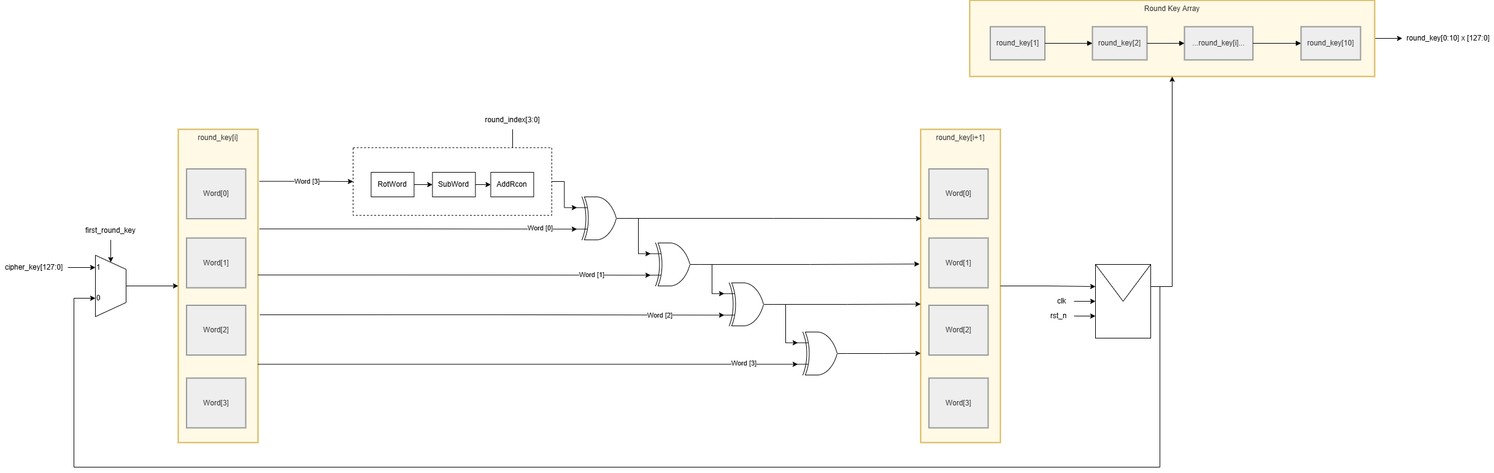
This is media/AESKeyExpansionLowDes.png from LQLManZz/AES128-Verilog, a draw.io export, as it was before one commit. Source tidied: cells renumbered, new cells last; positions are measured from the earlier drawing's top-left corner, leaving out a move shared by most shapes.
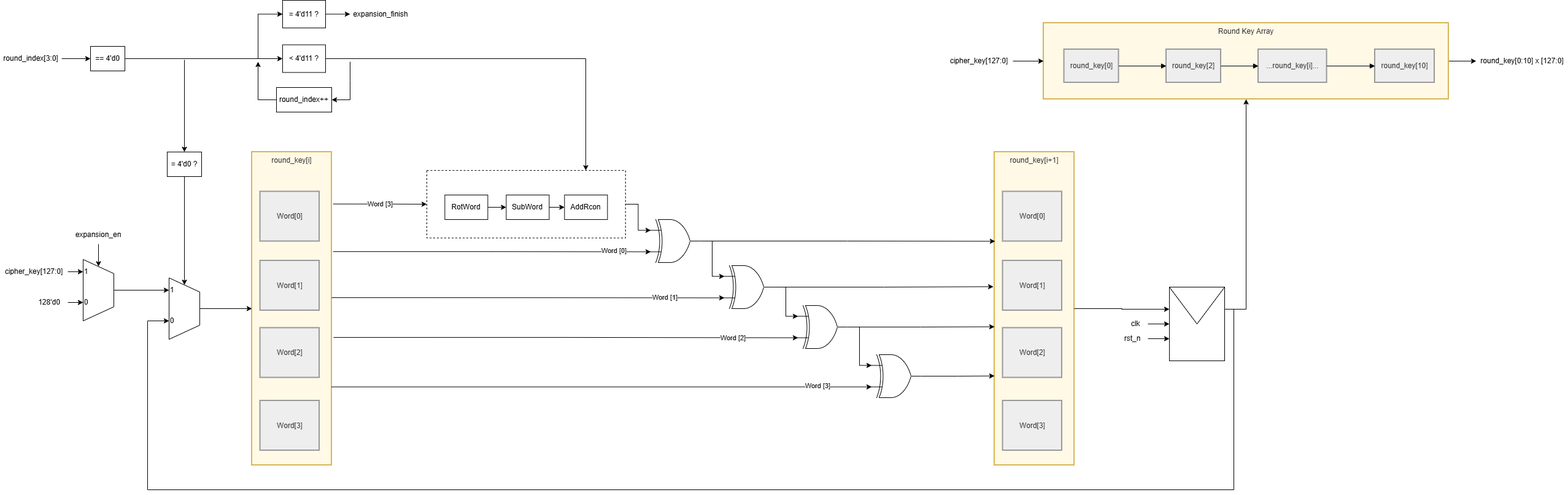
Above is the later version.

The edit, as a diff of the source:
```diff
@@ -8,7 +8,7 @@
     <mxCell id="3" value="Round Key Array" style="whiteSpace=wrap;strokeWidth=2;verticalAlign=top;fillColor=#fff9e6;strokeColor=#d6b656;fontColor=light-dark(#333333,#cccccc);" parent="1" vertex="1">
       <mxGeometry x="1580" width="660" height="124" as="geometry" />
     </mxCell>
-    <mxCell id="4" value="round_key[1]" style="whiteSpace=wrap;strokeWidth=2;fillColor=light-dark(#eeeeee,#1f2020);strokeColor=light-dark(#999999,#cccccc);fontColor=light-dark(#333333,#cccccc);" parent="3" vertex="1">
+    <mxCell id="4" value="round_key[0]" style="whiteSpace=wrap;strokeWidth=2;fillColor=light-dark(#eeeeee,#1f2020);strokeColor=light-dark(#999999,#cccccc);fontColor=light-dark(#333333,#cccccc);" parent="3" vertex="1">
       <mxGeometry x="33.5" y="43" width="89" height="54" as="geometry" />
     </mxCell>
     <mxCell id="5" value="round_key[2]" style="whiteSpace=wrap;strokeWidth=2;fillColor=light-dark(#eeeeee,#1f2020);strokeColor=light-dark(#999999,#cccccc);fontColor=light-dark(#333333,#cccccc);" parent="3" vertex="1">
@@ -35,9 +35,9 @@
     <mxCell id="12" value="round_key[0:10] x [127:0]" style="text;html=1;whiteSpace=wrap;strokeColor=none;fillColor=none;align=center;verticalAlign=middle;rounded=0;" parent="1" vertex="1">
       <mxGeometry x="2285" y="47" width="150" height="30" as="geometry" />
     </mxCell>
-    <mxCell id="13" style="edgeStyle=orthogonalEdgeStyle;rounded=0;jettySize=auto;html=1;exitX=0.5;exitY=1;exitDx=0;exitDy=0;entryX=0.5;entryY=0;entryDx=0;entryDy=0;" parent="1" edge="1" source="22" target="21">
-      <mxGeometry relative="1" as="geometry" />
-    </mxCell>
+    <mxCell id="23" style="verticalLabelPosition=bottom;shadow=0;dashed=0;align=center;html=1;verticalAlign=top;shape=mxgraph.electrical.logic_gates.logic_gate;operation=xor;" parent="1" vertex="1">
+      <mxGeometry x="940" y="320" width="80" height="70" as="geometry" />
+    </mxCell>
     <mxCell id="14" style="group;" parent="1" vertex="1">
       <mxGeometry x="575" y="240" width="323.8" height="110" as="geometry" />
     </mxCell>
@@ -62,12 +62,6 @@
     <mxCell id="21" value="AddRcon" style="whiteSpace=wrap;html=1;" parent="14" vertex="1">
       <mxGeometry x="224.4" y="40" width="70" height="40" as="geometry" />
     </mxCell>
-    <mxCell id="22" value="round_index[3:0]" style="text;html=1;whiteSpace=wrap;strokeColor=none;fillColor=none;align=center;verticalAlign=middle;rounded=0;" parent="1" vertex="1">
-      <mxGeometry x="785" y="180" width="100" height="30" as="geometry" />
-    </mxCell>
-    <mxCell id="23" style="verticalLabelPosition=bottom;shadow=0;dashed=0;align=center;html=1;verticalAlign=top;shape=mxgraph.electrical.logic_gates.logic_gate;operation=xor;" parent="1" vertex="1">
-      <mxGeometry x="940" y="320" width="80" height="70" as="geometry" />
-    </mxCell>
     <mxCell id="24" style="edgeStyle=orthogonalEdgeStyle;rounded=0;jettySize=auto;html=1;exitX=1;exitY=0.5;exitDx=0;exitDy=0;entryX=0;entryY=0.25;entryDx=0;entryDy=0;entryPerimeter=0;" parent="1" edge="1" source="16" target="23">
       <mxGeometry relative="1" as="geometry" />
     </mxCell>
@@ -104,24 +98,6 @@
     <mxCell id="35" value="Word[3]" style="whiteSpace=wrap;strokeWidth=2;fillColor=light-dark(#eeeeee,#1f2020);strokeColor=light-dark(#999999,#cccccc);fontColor=light-dark(#333333,#cccccc);" parent="30" vertex="1">
       <mxGeometry x="13.5" y="405" width="96.5" height="81" as="geometry" />
     </mxCell>
-    <mxCell id="36" style="group;" parent="1" vertex="1">
-      <mxGeometry x="130" y="360" width="100" height="135" as="geometry" />
-    </mxCell>
-    <mxCell id="37" style="verticalLabelPosition=middle;verticalAlign=middle;html=1;shape=trapezoid;perimeter=trapezoidPerimeter;whiteSpace=wrap;size=0.23;arcSize=10;flipV=1;labelPosition=center;align=center;legacyAnchorPoints=0;rotation=-90;" parent="36" vertex="1">
-      <mxGeometry y="80" width="100" height="50" as="geometry" />
-    </mxCell>
-    <mxCell id="38" style="edgeStyle=orthogonalEdgeStyle;rounded=0;jettySize=auto;html=1;exitX=0.5;exitY=1;exitDx=0;exitDy=0;entryX=1;entryY=0.5;entryDx=0;entryDy=0;" parent="36" edge="1" source="39" target="37">
-      <mxGeometry relative="1" as="geometry" />
-    </mxCell>
-    <mxCell id="39" value="first_round_key" style="text;html=1;whiteSpace=wrap;strokeColor=none;fillColor=none;align=center;verticalAlign=middle;rounded=0;" parent="36" vertex="1">
-      <mxGeometry x="20" width="60" height="30" as="geometry" />
-    </mxCell>
-    <mxCell id="40" value="1" style="text;html=1;whiteSpace=wrap;strokeColor=none;fillColor=none;align=center;verticalAlign=middle;rounded=0;" parent="36" vertex="1">
-      <mxGeometry x="25" y="65" width="10" height="20" as="geometry" />
-    </mxCell>
-    <mxCell id="41" value="0" style="text;html=1;whiteSpace=wrap;strokeColor=none;fillColor=none;align=center;verticalAlign=middle;rounded=0;" parent="36" vertex="1">
-      <mxGeometry x="25" y="115" width="10" height="20" as="geometry" />
-    </mxCell>
     <mxCell id="42" style="group;" parent="1" vertex="1">
       <mxGeometry x="1700" y="430" width="175" height="120" as="geometry" />
     </mxCell>
@@ -225,11 +201,115 @@
         </Array>
       </mxGeometry>
     </mxCell>
-    <mxCell id="72" style="edgeStyle=orthogonalEdgeStyle;rounded=0;jettySize=auto;html=1;exitX=1;exitY=0.5;exitDx=0;exitDy=0;entryX=0;entryY=0.5;entryDx=0;entryDy=0;" parent="1" edge="1" source="73" target="40">
-      <mxGeometry relative="1" as="geometry" />
-    </mxCell>
-    <mxCell id="73" value="cipher_key[127:0]" style="text;html=1;whiteSpace=wrap;strokeColor=none;fillColor=none;align=center;verticalAlign=middle;rounded=0;" parent="1" vertex="1">
-      <mxGeometry y="420" width="110" height="30" as="geometry" />
-    </mxCell>
+    <mxCell id="74" style="edgeStyle=orthogonalEdgeStyle;rounded=0;jettySize=auto;html=1;exitX=1;exitY=0.5;exitDx=0;exitDy=0;entryX=0;entryY=0.5;entryDx=0;entryDy=0;" parent="1" edge="1" source="75" target="3">
+      <mxGeometry relative="1" as="geometry" />
+    </mxCell>
+    <mxCell id="75" value="cipher_key[127:0]" style="text;html=1;whiteSpace=wrap;strokeColor=none;fillColor=none;align=center;verticalAlign=middle;rounded=0;" parent="1" vertex="1">
+      <mxGeometry x="1420" y="47" width="110" height="30" as="geometry" />
+    </mxCell>
+    <mxCell id="76" style="edgeStyle=orthogonalEdgeStyle;rounded=0;jettySize=auto;html=1;" parent="1" edge="1" source="22" target="79">
+      <mxGeometry relative="1" as="geometry" />
+    </mxCell>
+    <mxCell id="22" value="round_index[3:0]" style="text;html=1;whiteSpace=wrap;strokeColor=none;fillColor=none;align=center;verticalAlign=middle;rounded=0;" parent="1" vertex="1">
+      <mxGeometry x="-120" y="43" width="100" height="30" as="geometry" />
+    </mxCell>
+    <mxCell id="77" style="edgeStyle=orthogonalEdgeStyle;rounded=0;jettySize=auto;html=1;exitX=1;exitY=0.5;exitDx=0;exitDy=0;entryX=0;entryY=0.5;entryDx=0;entryDy=0;" parent="1" edge="1" source="79" target="81">
+      <mxGeometry relative="1" as="geometry" />
+    </mxCell>
+    <mxCell id="78" style="edgeStyle=orthogonalEdgeStyle;rounded=0;jettySize=auto;html=1;exitX=1;exitY=0.5;exitDx=0;exitDy=0;entryX=0;entryY=0.5;entryDx=0;entryDy=0;" parent="1" edge="1" source="79" target="86">
+      <mxGeometry relative="1" as="geometry">
+        <Array as="points">
+          <mxPoint x="300" y="58" />
+          <mxPoint x="300" y="-15" />
+        </Array>
+      </mxGeometry>
+    </mxCell>
+    <mxCell id="79" value="== 4'd0" style="whiteSpace=wrap;html=1;" parent="1" vertex="1">
+      <mxGeometry x="27" y="38" width="56" height="40" as="geometry" />
+    </mxCell>
+    <mxCell id="37" style="verticalLabelPosition=middle;verticalAlign=middle;html=1;shape=trapezoid;perimeter=trapezoidPerimeter;whiteSpace=wrap;size=0.23;arcSize=10;flipV=1;labelPosition=center;align=center;legacyAnchorPoints=0;rotation=-90;" parent="1" vertex="1">
+      <mxGeometry x="130" y="440" width="100" height="50" as="geometry" />
+    </mxCell>
+    <mxCell id="40" value="1" style="text;html=1;whiteSpace=wrap;strokeColor=none;fillColor=none;align=center;verticalAlign=middle;rounded=0;" parent="1" vertex="1">
+      <mxGeometry x="155" y="425" width="10" height="20" as="geometry" />
+    </mxCell>
+    <mxCell id="80" style="edgeStyle=orthogonalEdgeStyle;rounded=0;jettySize=auto;html=1;exitX=1;exitY=0.5;exitDx=0;exitDy=0;" parent="1" edge="1" source="81">
+      <mxGeometry relative="1" as="geometry">
+        <mxPoint x="834" y="240" as="targetPoint" />
+      </mxGeometry>
+    </mxCell>
+    <mxCell id="41" value="0" style="text;html=1;whiteSpace=wrap;strokeColor=none;fillColor=none;align=center;verticalAlign=middle;rounded=0;" parent="1" vertex="1">
+      <mxGeometry x="155" y="475" width="10" height="20" as="geometry" />
+    </mxCell>
+    <mxCell id="81" value="&amp;lt; 4'd11 ?" style="whiteSpace=wrap;html=1;" parent="1" vertex="1">
+      <mxGeometry x="340" y="35.5" width="70" height="45" as="geometry" />
+    </mxCell>
+    <mxCell id="82" style="edgeStyle=orthogonalEdgeStyle;rounded=0;jettySize=auto;html=1;exitX=0;exitY=0.5;exitDx=0;exitDy=0;" parent="1" edge="1" source="83">
+      <mxGeometry relative="1" as="geometry">
+        <mxPoint x="300" y="63" as="targetPoint" />
+      </mxGeometry>
+    </mxCell>
+    <mxCell id="83" value="round_index++" style="whiteSpace=wrap;html=1;" parent="1" vertex="1">
+      <mxGeometry x="330" y="105" width="90" height="40" as="geometry" />
+    </mxCell>
+    <mxCell id="84" style="endArrow=classic;html=1;rounded=0;entryX=1;entryY=0.5;entryDx=0;entryDy=0;" parent="1" edge="1" target="83">
+      <mxGeometry relative="1" as="geometry">
+        <mxPoint x="450" y="63" as="sourcePoint" />
+        <Array as="points">
+          <mxPoint x="450" y="93" />
+          <mxPoint x="450" y="125" />
+        </Array>
+      </mxGeometry>
+    </mxCell>
+    <mxCell id="85" style="edgeStyle=orthogonalEdgeStyle;rounded=0;jettySize=auto;html=1;" parent="1" edge="1" source="86" target="87">
+      <mxGeometry relative="1" as="geometry" />
+    </mxCell>
+    <mxCell id="86" value="= 4'd11 ?" style="whiteSpace=wrap;html=1;" parent="1" vertex="1">
+      <mxGeometry x="340" y="-37" width="70" height="45" as="geometry" />
+    </mxCell>
+    <mxCell id="87" value="expansion_finish" style="text;html=1;whiteSpace=wrap;strokeColor=none;fillColor=none;align=center;verticalAlign=middle;rounded=0;" parent="1" vertex="1">
+      <mxGeometry x="450" y="-29.5" width="100" height="30" as="geometry" />
+    </mxCell>
+    <mxCell id="88" style="edgeStyle=orthogonalEdgeStyle;rounded=0;jettySize=auto;html=1;exitX=0.5;exitY=0;exitDx=0;exitDy=0;entryX=0;entryY=0.5;entryDx=0;entryDy=0;" parent="1" edge="1" source="89" target="40">
+      <mxGeometry relative="1" as="geometry" />
+    </mxCell>
+    <mxCell id="89" style="verticalLabelPosition=middle;verticalAlign=middle;html=1;shape=trapezoid;perimeter=trapezoidPerimeter;whiteSpace=wrap;size=0.23;arcSize=10;flipV=1;labelPosition=center;align=center;legacyAnchorPoints=0;rotation=-90;" parent="1" vertex="1">
+      <mxGeometry x="-10" y="410" width="100" height="50" as="geometry" />
+    </mxCell>
+    <mxCell id="90" value="1" style="text;html=1;whiteSpace=wrap;strokeColor=none;fillColor=none;align=center;verticalAlign=middle;rounded=0;" parent="1" vertex="1">
+      <mxGeometry x="15" y="395" width="10" height="20" as="geometry" />
+    </mxCell>
+    <mxCell id="91" value="0" style="text;html=1;whiteSpace=wrap;strokeColor=none;fillColor=none;align=center;verticalAlign=middle;rounded=0;" parent="1" vertex="1">
+      <mxGeometry x="15" y="445" width="10" height="20" as="geometry" />
+    </mxCell>
+    <mxCell id="92" style="edgeStyle=orthogonalEdgeStyle;rounded=0;jettySize=auto;html=1;exitX=0.5;exitY=1;exitDx=0;exitDy=0;entryX=1;entryY=0.5;entryDx=0;entryDy=0;" parent="1" edge="1" source="93" target="89">
+      <mxGeometry relative="1" as="geometry" />
+    </mxCell>
+    <mxCell id="93" value="expansion_en" style="text;html=1;whiteSpace=wrap;strokeColor=none;fillColor=none;align=center;verticalAlign=middle;rounded=0;" parent="1" vertex="1">
+      <mxGeometry y="330" width="80" height="30" as="geometry" />
+    </mxCell>
+    <mxCell id="94" style="edgeStyle=orthogonalEdgeStyle;rounded=0;jettySize=auto;html=1;exitX=1;exitY=0.5;exitDx=0;exitDy=0;entryX=0;entryY=0.5;entryDx=0;entryDy=0;" parent="1" edge="1" source="95" target="90">
+      <mxGeometry relative="1" as="geometry" />
+    </mxCell>
+    <mxCell id="95" value="cipher_key[127:0]" style="text;html=1;whiteSpace=wrap;strokeColor=none;fillColor=none;align=center;verticalAlign=middle;rounded=0;" parent="1" vertex="1">
+      <mxGeometry x="-120" y="390" width="110" height="30" as="geometry" />
+    </mxCell>
+    <mxCell id="96" style="edgeStyle=orthogonalEdgeStyle;rounded=0;jettySize=auto;html=1;exitX=1;exitY=0.5;exitDx=0;exitDy=0;entryX=0;entryY=0.5;entryDx=0;entryDy=0;" parent="1" edge="1" source="97" target="91">
+      <mxGeometry relative="1" as="geometry" />
+    </mxCell>
+    <mxCell id="97" value="128'd0" style="text;html=1;whiteSpace=wrap;strokeColor=none;fillColor=none;align=center;verticalAlign=middle;rounded=0;" parent="1" vertex="1">
+      <mxGeometry x="-70" y="440" width="60" height="30" as="geometry" />
+    </mxCell>
+    <mxCell id="98" style="edgeStyle=orthogonalEdgeStyle;rounded=0;jettySize=auto;html=1;exitX=0.5;exitY=1;exitDx=0;exitDy=0;entryX=1;entryY=0.5;entryDx=0;entryDy=0;" parent="1" edge="1" source="100" target="37">
+      <mxGeometry relative="1" as="geometry" />
+    </mxCell>
+    <mxCell id="99" style="edgeStyle=orthogonalEdgeStyle;rounded=0;jettySize=auto;html=1;exitX=0.5;exitY=0;exitDx=0;exitDy=0;entryX=0.5;entryY=0;entryDx=0;entryDy=0;" parent="1" edge="1" target="100">
+      <mxGeometry relative="1" as="geometry">
+        <mxPoint x="180" y="60" as="sourcePoint" />
+      </mxGeometry>
+    </mxCell>
+    <mxCell id="100" value="= 4'd0 ?" style="whiteSpace=wrap;html=1;" parent="1" vertex="1">
+      <mxGeometry x="152" y="210" width="56" height="40" as="geometry" />
+    </mxCell>
   </root>
 </mxGraphModel>
```
